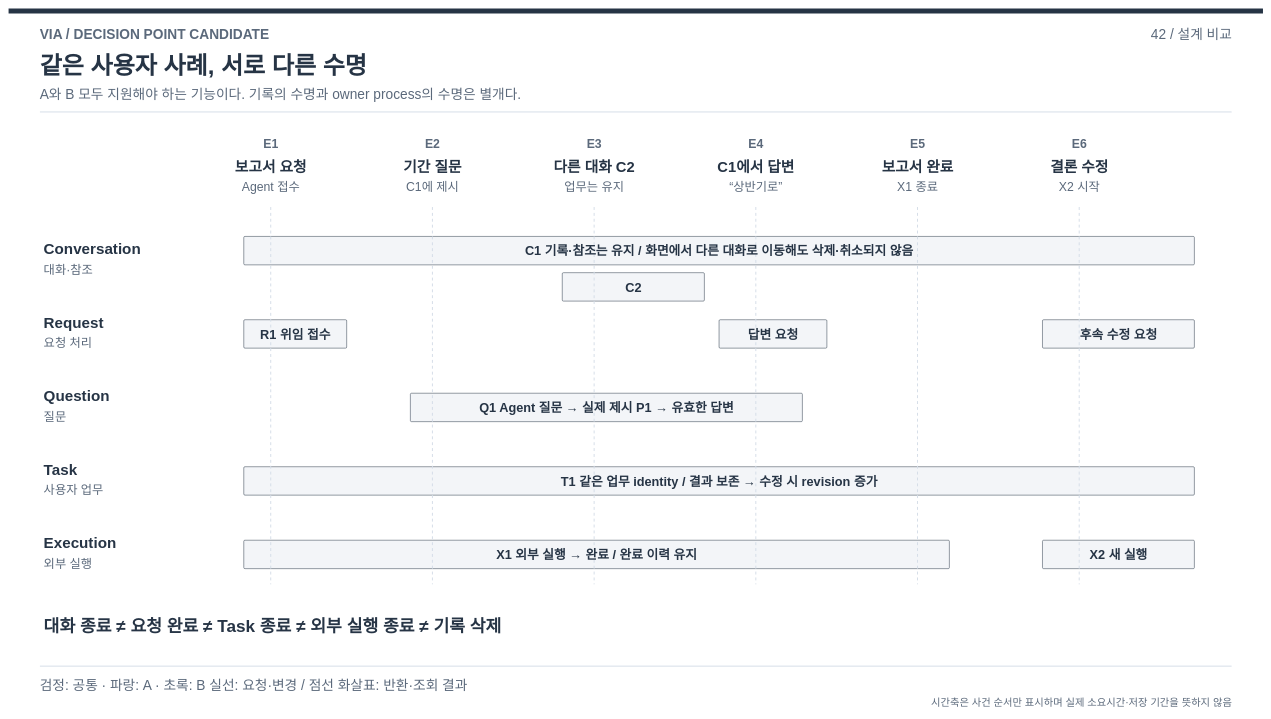
cbyche/via-sw-architecture keeps this draw.io diagram as docs/architecture/12-decisions/decision-packages/diagrams/choice42-lifetimes.drawio. Above is the earlier version. Source tidied: cells renumbered, new cells numbered last; positions are measured from the earlier drawing's top-left corner, leaving out a move shared by most shapes. Both pictures are drawn from the tidied source at 49%, with x=0, y=0 at pixel (8, 8).
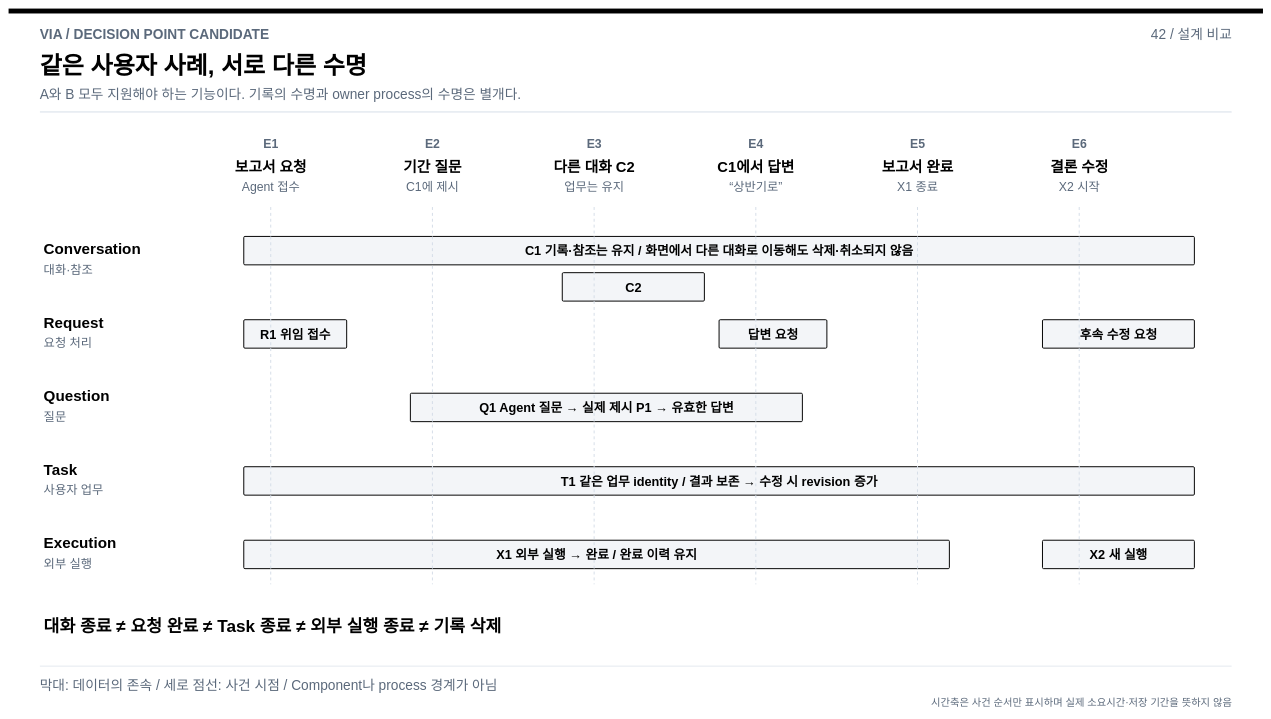
After the change.

Diff of the diagram source:
```diff
@@
-    <mxCell id="2" style="rounded=1;arcSize=4;fillColor=#263445;strokeColor=none;" parent="1" vertex="1">
+    <mxCell id="2" style="rounded=1;arcSize=4;fillColor=#000000;strokeColor=none;strokeWidth=1.5;rounded=0;" parent="1" vertex="1">
       <mxGeometry width="2560" height="10" as="geometry" />
     </mxCell>
-    <mxCell id="3" style="rounded=1;arcSize=4;fillColor=#F3F5F8;strokeColor=#263445;" parent="1" vertex="1">
+    <mxCell id="3" style="rounded=1;arcSize=4;fillColor=#F3F5F8;strokeColor=#000000;strokeWidth=2;" parent="1" vertex="1">
       <mxGeometry x="480" y="465" width="1940" height="58" as="geometry" />
     </mxCell>
-    <mxCell id="4" style="rounded=1;arcSize=4;fillColor=#F3F5F8;strokeColor=#263445;" parent="1" vertex="1">
+    <mxCell id="4" style="rounded=1;arcSize=4;fillColor=#F3F5F8;strokeColor=#000000;strokeWidth=2;" parent="1" vertex="1">
       <mxGeometry x="1130" y="539" width="290" height="58" as="geometry" />
     </mxCell>
-    <mxCell id="5" style="rounded=1;arcSize=4;fillColor=#F3F5F8;strokeColor=#263445;" parent="1" vertex="1">
+    <mxCell id="5" style="rounded=1;arcSize=4;fillColor=#F3F5F8;strokeColor=#000000;strokeWidth=2;" parent="1" vertex="1">
       <mxGeometry x="480" y="635" width="210" height="58" as="geometry" />
     </mxCell>
-    <mxCell id="6" style="rounded=1;arcSize=4;fillColor=#F3F5F8;strokeColor=#263445;" parent="1" vertex="1">
+    <mxCell id="6" style="rounded=1;arcSize=4;fillColor=#F3F5F8;strokeColor=#000000;strokeWidth=2;" parent="1" vertex="1">
       <mxGeometry x="1450" y="635" width="220" height="58" as="geometry" />
     </mxCell>
-    <mxCell id="7" style="rounded=1;arcSize=4;fillColor=#F3F5F8;strokeColor=#263445;" parent="1" vertex="1">
+    <mxCell id="7" style="rounded=1;arcSize=4;fillColor=#F3F5F8;strokeColor=#000000;strokeWidth=2;" parent="1" vertex="1">
       <mxGeometry x="2110" y="635" width="310" height="58" as="geometry" />
     </mxCell>
-    <mxCell id="8" style="rounded=1;arcSize=4;fillColor=#F3F5F8;strokeColor=#263445;" parent="1" vertex="1">
+    <mxCell id="8" style="rounded=1;arcSize=4;fillColor=#F3F5F8;strokeColor=#000000;strokeWidth=2;" parent="1" vertex="1">
       <mxGeometry x="820" y="785" width="800" height="58" as="geometry" />
     </mxCell>
-    <mxCell id="9" style="rounded=1;arcSize=4;fillColor=#F3F5F8;strokeColor=#263445;" parent="1" vertex="1">
+    <mxCell id="9" style="rounded=1;arcSize=4;fillColor=#F3F5F8;strokeColor=#000000;strokeWidth=2;" parent="1" vertex="1">
       <mxGeometry x="480" y="935" width="1940" height="58" as="geometry" />
     </mxCell>
-    <mxCell id="10" style="rounded=1;arcSize=4;fillColor=#F3F5F8;strokeColor=#263445;" parent="1" vertex="1">
+    <mxCell id="10" style="rounded=1;arcSize=4;fillColor=#F3F5F8;strokeColor=#000000;strokeWidth=2;" parent="1" vertex="1">
       <mxGeometry x="480" y="1085" width="1440" height="58" as="geometry" />
     </mxCell>
-    <mxCell id="11" style="rounded=1;arcSize=4;fillColor=#F3F5F8;strokeColor=#263445;" parent="1" vertex="1">
+    <mxCell id="11" style="rounded=1;arcSize=4;fillColor=#F3F5F8;strokeColor=#000000;strokeWidth=2;" parent="1" vertex="1">
       <mxGeometry x="2110" y="1085" width="310" height="58" as="geometry" />
     </mxCell>
@@
-    <mxCell id="19" style="edgeStyle=none;rounded=0;strokeColor=#D5DEE8;strokeWidth=2;endArrow=none;endFill=0;" parent="1" edge="1">
+    <mxCell id="19" style="edgeStyle=none;rounded=0;strokeColor=#D5DEE8;strokeWidth=1.3;endArrow=none;endFill=0;" parent="1" edge="1">
       <mxGeometry relative="1" as="geometry">
         <mxPoint x="64" y="1342" as="sourcePoint" />
         <mxPoint x="2496" y="1342" as="targetPoint" />
       </mxGeometry>
     </mxCell>
@@
-    <mxCell id="22" value="같은 사용자 사례, 서로 다른 수명" style="text;html=1;whiteSpace=nowrap;overflow=visible;strokeColor=none;fillColor=none;labelBackgroundColor=none;fontColor=#263445;fontSize=49;fontStyle=1;align=left;verticalAlign=top;spacing=0;" parent="1" vertex="1">
+    <mxCell id="22" value="같은 사용자 사례, 서로 다른 수명" style="text;html=1;whiteSpace=nowrap;overflow=visible;strokeColor=none;fillColor=none;labelBackgroundColor=none;fontColor=#000000;fontSize=49;fontStyle=1;align=left;verticalAlign=top;spacing=0;" parent="1" vertex="1">
       <mxGeometry x="64" y="83" width="827.3" height="72.2" as="geometry" />
     </mxCell>
@@
-    <mxCell id="25" value="보고서 요청" style="text;html=1;whiteSpace=nowrap;overflow=visible;strokeColor=none;fillColor=none;labelBackgroundColor=none;fontColor=#263445;fontSize=30;fontStyle=1;align=center;verticalAlign=top;spacing=0;" parent="1" vertex="1">
+    <mxCell id="25" value="보고서 요청" style="text;html=1;whiteSpace=nowrap;overflow=visible;strokeColor=none;fillColor=none;labelBackgroundColor=none;fontColor=#000000;fontSize=30;fontStyle=1;align=center;verticalAlign=top;spacing=0;" parent="1" vertex="1">
       <mxGeometry x="446.7" y="300" width="176.6" height="46.5" as="geometry" />
     </mxCell>
@@
-    <mxCell id="28" value="기간 질문" style="text;html=1;whiteSpace=nowrap;overflow=visible;strokeColor=none;fillColor=none;labelBackgroundColor=none;fontColor=#263445;fontSize=30;fontStyle=1;align=center;verticalAlign=top;spacing=0;" parent="1" vertex="1">
+    <mxCell id="28" value="기간 질문" style="text;html=1;whiteSpace=nowrap;overflow=visible;strokeColor=none;fillColor=none;labelBackgroundColor=none;fontColor=#000000;fontSize=30;fontStyle=1;align=center;verticalAlign=top;spacing=0;" parent="1" vertex="1">
       <mxGeometry x="791.7" y="300" width="146.6" height="46.5" as="geometry" />
     </mxCell>
@@
-    <mxCell id="31" value="다른 대화 C2" style="text;html=1;whiteSpace=nowrap;overflow=visible;strokeColor=none;fillColor=none;labelBackgroundColor=none;fontColor=#263445;fontSize=30;fontStyle=1;align=center;verticalAlign=top;spacing=0;" parent="1" vertex="1">
+    <mxCell id="31" value="다른 대화 C2" style="text;html=1;whiteSpace=nowrap;overflow=visible;strokeColor=none;fillColor=none;labelBackgroundColor=none;fontColor=#000000;fontSize=30;fontStyle=1;align=center;verticalAlign=top;spacing=0;" parent="1" vertex="1">
       <mxGeometry x="1093.8" y="300" width="202.4" height="46.5" as="geometry" />
     </mxCell>
@@
-    <mxCell id="34" value="C1에서 답변" style="text;html=1;whiteSpace=nowrap;overflow=visible;strokeColor=none;fillColor=none;labelBackgroundColor=none;fontColor=#263445;fontSize=30;fontStyle=1;align=center;verticalAlign=top;spacing=0;" parent="1" vertex="1">
+    <mxCell id="34" value="C1에서 답변" style="text;html=1;whiteSpace=nowrap;overflow=visible;strokeColor=none;fillColor=none;labelBackgroundColor=none;fontColor=#000000;fontSize=30;fontStyle=1;align=center;verticalAlign=top;spacing=0;" parent="1" vertex="1">
       <mxGeometry x="1433.1" y="300" width="183.8" height="46.5" as="geometry" />
     </mxCell>
@@
-    <mxCell id="37" value="보고서 완료" style="text;html=1;whiteSpace=nowrap;overflow=visible;strokeColor=none;fillColor=none;labelBackgroundColor=none;fontColor=#263445;fontSize=30;fontStyle=1;align=center;verticalAlign=top;spacing=0;" parent="1" vertex="1">
+    <mxCell id="37" value="보고서 완료" style="text;html=1;whiteSpace=nowrap;overflow=visible;strokeColor=none;fillColor=none;labelBackgroundColor=none;fontColor=#000000;fontSize=30;fontStyle=1;align=center;verticalAlign=top;spacing=0;" parent="1" vertex="1">
       <mxGeometry x="1766.7" y="300" width="176.6" height="46.5" as="geometry" />
     </mxCell>
@@
-    <mxCell id="40" value="결론 수정" style="text;html=1;whiteSpace=nowrap;overflow=visible;strokeColor=none;fillColor=none;labelBackgroundColor=none;fontColor=#263445;fontSize=30;fontStyle=1;align=center;verticalAlign=top;spacing=0;" parent="1" vertex="1">
+    <mxCell id="40" value="결론 수정" style="text;html=1;whiteSpace=nowrap;overflow=visible;strokeColor=none;fillColor=none;labelBackgroundColor=none;fontColor=#000000;fontSize=30;fontStyle=1;align=center;verticalAlign=top;spacing=0;" parent="1" vertex="1">
       <mxGeometry x="2111.7" y="300" width="146.6" height="46.5" as="geometry" />
     </mxCell>
@@
-    <mxCell id="42" value="Conversation" style="text;html=1;whiteSpace=nowrap;overflow=visible;strokeColor=none;fillColor=none;labelBackgroundColor=none;fontColor=#263445;fontSize=31;fontStyle=1;align=left;verticalAlign=top;spacing=0;" parent="1" vertex="1">
+    <mxCell id="42" value="Conversation" style="text;html=1;whiteSpace=nowrap;overflow=visible;strokeColor=none;fillColor=none;labelBackgroundColor=none;fontColor=#000000;fontSize=31;fontStyle=1;align=left;verticalAlign=top;spacing=0;" parent="1" vertex="1">
       <mxGeometry x="72" y="468" width="238.6" height="47.9" as="geometry" />
     </mxCell>
@@
-    <mxCell id="44" value="Request" style="text;html=1;whiteSpace=nowrap;overflow=visible;strokeColor=none;fillColor=none;labelBackgroundColor=none;fontColor=#263445;fontSize=31;fontStyle=1;align=left;verticalAlign=top;spacing=0;" parent="1" vertex="1">
+    <mxCell id="44" value="Request" style="text;html=1;whiteSpace=nowrap;overflow=visible;strokeColor=none;fillColor=none;labelBackgroundColor=none;fontColor=#000000;fontSize=31;fontStyle=1;align=left;verticalAlign=top;spacing=0;" parent="1" vertex="1">
       <mxGeometry x="72" y="618" width="142.5" height="47.9" as="geometry" />
     </mxCell>
@@
-    <mxCell id="46" value="Question" style="text;html=1;whiteSpace=nowrap;overflow=visible;strokeColor=none;fillColor=none;labelBackgroundColor=none;fontColor=#263445;fontSize=31;fontStyle=1;align=left;verticalAlign=top;spacing=0;" parent="1" vertex="1">
+    <mxCell id="46" value="Question" style="text;html=1;whiteSpace=nowrap;overflow=visible;strokeColor=none;fillColor=none;labelBackgroundColor=none;fontColor=#000000;fontSize=31;fontStyle=1;align=left;verticalAlign=top;spacing=0;" parent="1" vertex="1">
       <mxGeometry x="72" y="768" width="161.8" height="47.9" as="geometry" />
     </mxCell>
@@
-    <mxCell id="48" value="Task" style="text;html=1;whiteSpace=nowrap;overflow=visible;strokeColor=none;fillColor=none;labelBackgroundColor=none;fontColor=#263445;fontSize=31;fontStyle=1;align=left;verticalAlign=top;spacing=0;" parent="1" vertex="1">
+    <mxCell id="48" value="Task" style="text;html=1;whiteSpace=nowrap;overflow=visible;strokeColor=none;fillColor=none;labelBackgroundColor=none;fontColor=#000000;fontSize=31;fontStyle=1;align=left;verticalAlign=top;spacing=0;" parent="1" vertex="1">
       <mxGeometry x="72" y="918" width="84.9" height="47.9" as="geometry" />
     </mxCell>
@@
-    <mxCell id="50" value="Execution" style="text;html=1;whiteSpace=nowrap;overflow=visible;strokeColor=none;fillColor=none;labelBackgroundColor=none;fontColor=#263445;fontSize=31;fontStyle=1;align=left;verticalAlign=top;spacing=0;" parent="1" vertex="1">
+    <mxCell id="50" value="Execution" style="text;html=1;whiteSpace=nowrap;overflow=visible;strokeColor=none;fillColor=none;labelBackgroundColor=none;fontColor=#000000;fontSize=31;fontStyle=1;align=left;verticalAlign=top;spacing=0;" parent="1" vertex="1">
       <mxGeometry x="72" y="1068" width="181" height="47.9" as="geometry" />
     </mxCell>
@@
-    <mxCell id="52" value="C1  기록·참조는 유지 / 화면에서 다른 대화로 이동해도 삭제·취소되지 않음" style="text;html=1;whiteSpace=nowrap;overflow=visible;strokeColor=none;fillColor=none;labelBackgroundColor=none;fontColor=#263445;fontSize=26;fontStyle=1;align=center;verticalAlign=top;spacing=0;" parent="1" vertex="1">
+    <mxCell id="52" value="C1  기록·참조는 유지 / 화면에서 다른 대화로 이동해도 삭제·취소되지 않음" style="text;html=1;whiteSpace=nowrap;overflow=visible;strokeColor=none;fillColor=none;labelBackgroundColor=none;fontColor=#000000;fontSize=26;fontStyle=1;align=center;verticalAlign=top;spacing=0;" parent="1" vertex="1">
       <mxGeometry x="961.1" y="475" width="977.8" height="41.1" as="geometry" />
     </mxCell>
-    <mxCell id="53" value="C2" style="text;html=1;whiteSpace=nowrap;overflow=visible;strokeColor=none;fillColor=none;labelBackgroundColor=none;fontColor=#263445;fontSize=26;fontStyle=1;align=center;verticalAlign=top;spacing=0;" parent="1" vertex="1">
+    <mxCell id="53" value="C2" style="text;html=1;whiteSpace=nowrap;overflow=visible;strokeColor=none;fillColor=none;labelBackgroundColor=none;fontColor=#000000;fontSize=26;fontStyle=1;align=center;verticalAlign=top;spacing=0;" parent="1" vertex="1">
       <mxGeometry x="1254.9" y="549" width="40.2" height="41.1" as="geometry" />
     </mxCell>
-    <mxCell id="54" value="R1 위임 접수" style="text;html=1;whiteSpace=nowrap;overflow=visible;strokeColor=none;fillColor=none;labelBackgroundColor=none;fontColor=#263445;fontSize=26;fontStyle=1;align=center;verticalAlign=top;spacing=0;" parent="1" vertex="1">
+    <mxCell id="54" value="R1 위임 접수" style="text;html=1;whiteSpace=nowrap;overflow=visible;strokeColor=none;fillColor=none;labelBackgroundColor=none;fontColor=#000000;fontSize=26;fontStyle=1;align=center;verticalAlign=top;spacing=0;" parent="1" vertex="1">
       <mxGeometry x="496.8" y="645" width="176.5" height="41.1" as="geometry" />
     </mxCell>
-    <mxCell id="55" value="답변 요청" style="text;html=1;whiteSpace=nowrap;overflow=visible;strokeColor=none;fillColor=none;labelBackgroundColor=none;fontColor=#263445;fontSize=26;fontStyle=1;align=center;verticalAlign=top;spacing=0;" parent="1" vertex="1">
+    <mxCell id="55" value="답변 요청" style="text;html=1;whiteSpace=nowrap;overflow=visible;strokeColor=none;fillColor=none;labelBackgroundColor=none;fontColor=#000000;fontSize=26;fontStyle=1;align=center;verticalAlign=top;spacing=0;" parent="1" vertex="1">
       <mxGeometry x="1495.9" y="645" width="128.1" height="41.1" as="geometry" />
     </mxCell>
-    <mxCell id="56" value="후속 수정 요청" style="text;html=1;whiteSpace=nowrap;overflow=visible;strokeColor=none;fillColor=none;labelBackgroundColor=none;fontColor=#263445;fontSize=26;fontStyle=1;align=center;verticalAlign=top;spacing=0;" parent="1" vertex="1">
+    <mxCell id="56" value="후속 수정 요청" style="text;html=1;whiteSpace=nowrap;overflow=visible;strokeColor=none;fillColor=none;labelBackgroundColor=none;fontColor=#000000;fontSize=26;fontStyle=1;align=center;verticalAlign=top;spacing=0;" parent="1" vertex="1">
       <mxGeometry x="2166.9" y="645" width="196.2" height="41.1" as="geometry" />
     </mxCell>
-    <mxCell id="57" value="Q1  Agent 질문 → 실제 제시 P1 → 유효한 답변" style="text;html=1;whiteSpace=nowrap;overflow=visible;strokeColor=none;fillColor=none;labelBackgroundColor=none;fontColor=#263445;fontSize=26;fontStyle=1;align=center;verticalAlign=top;spacing=0;" parent="1" vertex="1">
+    <mxCell id="57" value="Q1  Agent 질문 → 실제 제시 P1 → 유효한 답변" style="text;html=1;whiteSpace=nowrap;overflow=visible;strokeColor=none;fillColor=none;labelBackgroundColor=none;fontColor=#000000;fontSize=26;fontStyle=1;align=center;verticalAlign=top;spacing=0;" parent="1" vertex="1">
       <mxGeometry x="903.7" y="795" width="632.5" height="41.1" as="geometry" />
     </mxCell>
-    <mxCell id="58" value="T1  같은 업무 identity / 결과 보존 → 수정 시 revision 증가" style="text;html=1;whiteSpace=nowrap;overflow=visible;strokeColor=none;fillColor=none;labelBackgroundColor=none;fontColor=#263445;fontSize=26;fontStyle=1;align=center;verticalAlign=top;spacing=0;" parent="1" vertex="1">
+    <mxCell id="58" value="T1  같은 업무 identity / 결과 보존 → 수정 시 revision 증가" style="text;html=1;whiteSpace=nowrap;overflow=visible;strokeColor=none;fillColor=none;labelBackgroundColor=none;fontColor=#000000;fontSize=26;fontStyle=1;align=center;verticalAlign=top;spacing=0;" parent="1" vertex="1">
       <mxGeometry x="1019.1" y="945" width="861.8" height="41.1" as="geometry" />
     </mxCell>
-    <mxCell id="59" value="X1  외부 실행 → 완료 / 완료 이력 유지" style="text;html=1;whiteSpace=nowrap;overflow=visible;strokeColor=none;fillColor=none;labelBackgroundColor=none;fontColor=#263445;fontSize=26;fontStyle=1;align=center;verticalAlign=top;spacing=0;" parent="1" vertex="1">
+    <mxCell id="59" value="X1  외부 실행 → 완료 / 완료 이력 유지" style="text;html=1;whiteSpace=nowrap;overflow=visible;strokeColor=none;fillColor=none;labelBackgroundColor=none;fontColor=#000000;fontSize=26;fontStyle=1;align=center;verticalAlign=top;spacing=0;" parent="1" vertex="1">
       <mxGeometry x="935.2" y="1095" width="529.6" height="41.1" as="geometry" />
     </mxCell>
-    <mxCell id="60" value="X2  새 실행" style="text;html=1;whiteSpace=nowrap;overflow=visible;strokeColor=none;fillColor=none;labelBackgroundColor=none;fontColor=#263445;fontSize=26;fontStyle=1;align=center;verticalAlign=top;spacing=0;" parent="1" vertex="1">
+    <mxCell id="60" value="X2  새 실행" style="text;html=1;whiteSpace=nowrap;overflow=visible;strokeColor=none;fillColor=none;labelBackgroundColor=none;fontColor=#000000;fontSize=26;fontStyle=1;align=center;verticalAlign=top;spacing=0;" parent="1" vertex="1">
       <mxGeometry x="2181.7" y="1095" width="166.6" height="41.1" as="geometry" />
     </mxCell>
-    <mxCell id="61" value="대화 종료 ≠ 요청 완료 ≠ Task 종료 ≠ 외부 실행 종료 ≠ 기록 삭제" style="text;html=1;whiteSpace=nowrap;overflow=visible;strokeColor=none;fillColor=none;labelBackgroundColor=none;fontColor=#263445;fontSize=35;fontStyle=1;align=left;verticalAlign=top;spacing=0;" parent="1" vertex="1">
+    <mxCell id="61" value="대화 종료 ≠ 요청 완료 ≠ Task 종료 ≠ 외부 실행 종료 ≠ 기록 삭제" style="text;html=1;whiteSpace=nowrap;overflow=visible;strokeColor=none;fillColor=none;labelBackgroundColor=none;fontColor=#000000;fontSize=35;fontStyle=1;align=left;verticalAlign=top;spacing=0;" parent="1" vertex="1">
       <mxGeometry x="72" y="1235" width="1185.4" height="53.2" as="geometry" />
     </mxCell>
-    <mxCell id="62" value="검정: 공통  ·  파랑: A  ·  초록: B     실선: 요청·변경  /  점선 화살표: 반환·조회 결과" style="text;html=1;whiteSpace=nowrap;overflow=visible;strokeColor=none;fillColor=none;labelBackgroundColor=none;fontColor=#5B697B;fontSize=28;fontStyle=0;align=left;verticalAlign=top;spacing=0;" parent="1" vertex="1">
-      <mxGeometry x="64" y="1360" width="1096.4" height="37" as="geometry" />
+    <mxCell id="62" value="막대: 데이터의 존속 / 세로 점선: 사건 시점 / Component나 process 경계가 아님" style="text;html=1;whiteSpace=nowrap;overflow=visible;strokeColor=none;fillColor=none;labelBackgroundColor=none;fontColor=#5B697B;fontSize=28;fontStyle=0;align=left;verticalAlign=top;spacing=0;" parent="1" vertex="1">
+      <mxGeometry x="64" y="1360" width="970.3" height="37" as="geometry" />
     </mxCell>
```
